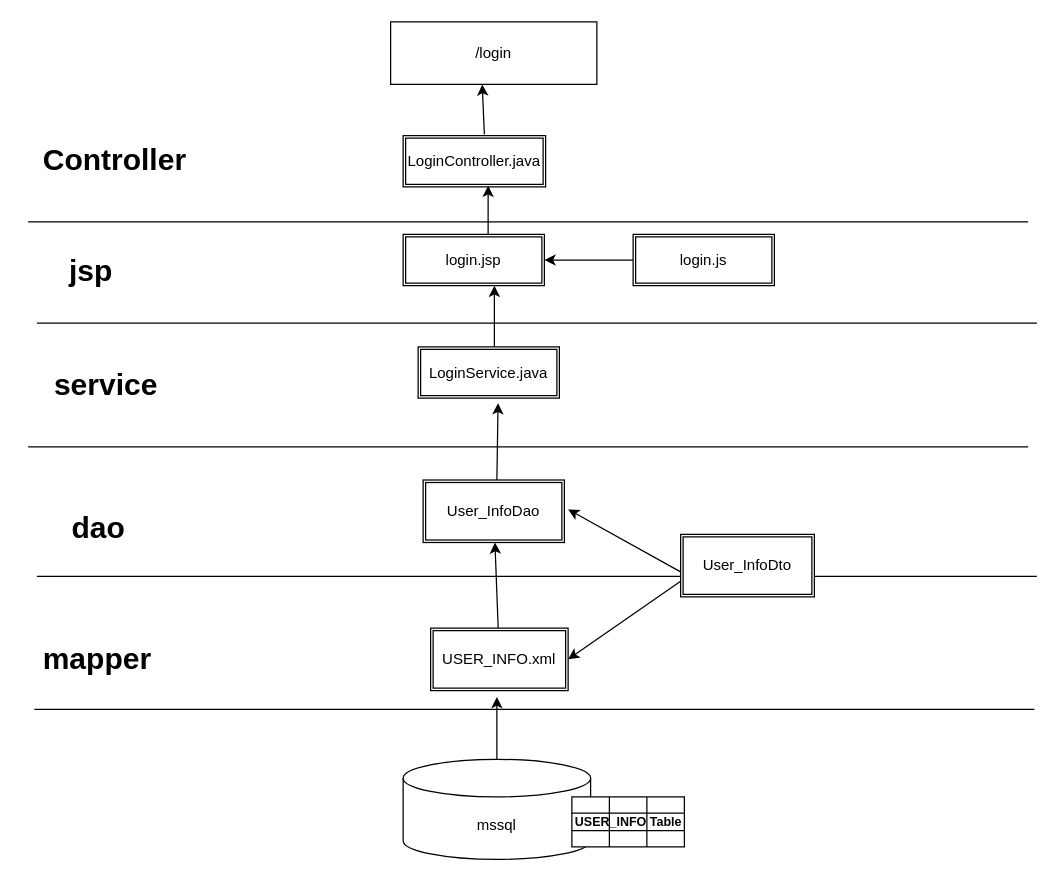
bluebc/osdwebapp keeps this draw.io diagram as DRAWIO/login.drawio. Above is the earlier version. Source tidied: cells renumbered, new cells numbered last; positions are measured from the earlier drawing's top-left corner, leaving out a move shared by most shapes. Both pictures are drawn from the tidied source at 125%, with x=0, y=0 at pixel (21, 21).
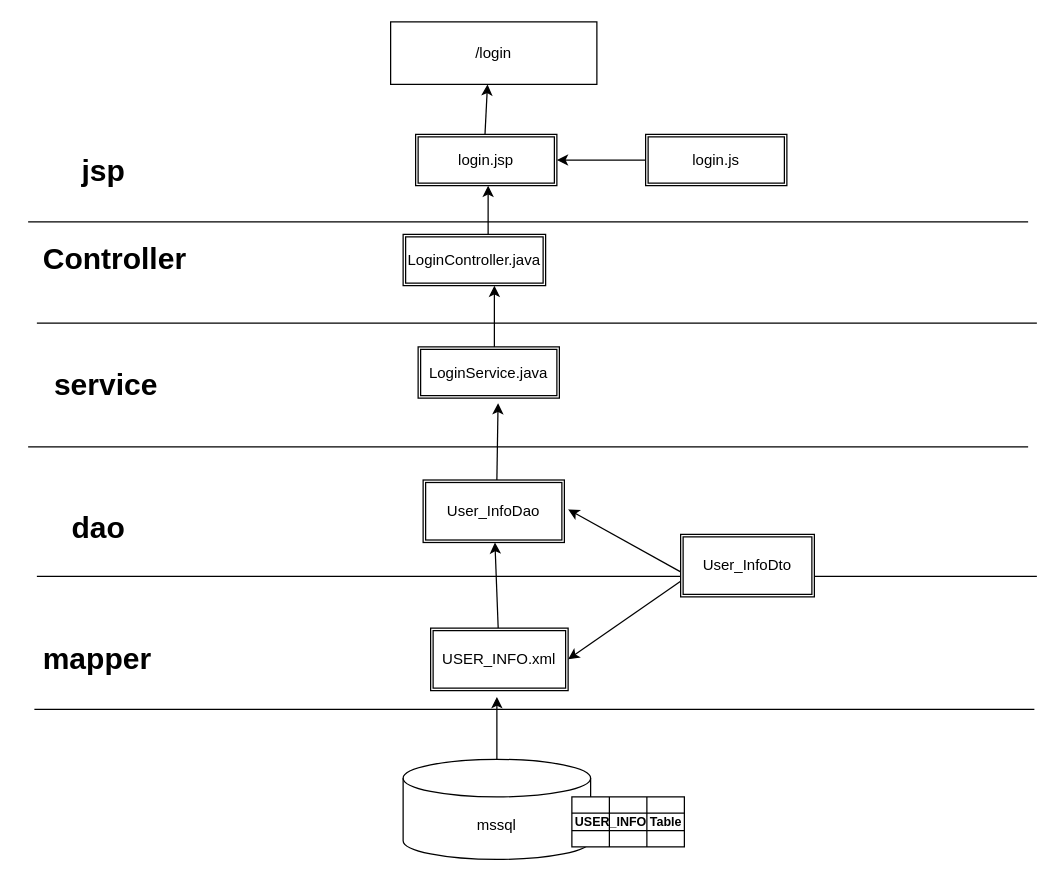
After the change.

The change refers to these unchanged cells:
```xml
<mxCell id="2" value="/login" style="rounded=0;whiteSpace=wrap;html=1;" parent="1" vertex="1">
  <mxGeometry x="295" width="165" height="50" as="geometry" />
</mxCell>
```

Diff of the diagram source:
```diff
@@
     <mxCell id="12" value="Controller" style="text;strokeColor=none;fillColor=none;html=1;fontSize=24;fontStyle=1;verticalAlign=middle;align=center;" parent="1" vertex="1">
-      <mxGeometry x="19" y="91" width="110" height="40" as="geometry" />
+      <mxGeometry x="19" y="170" width="110" height="40" as="geometry" />
     </mxCell>
@@
     <mxCell id="34" value="&lt;div&gt;LoginController.java&lt;/div&gt;" style="shape=ext;double=1;rounded=0;whiteSpace=wrap;html=1;" parent="1" vertex="1">
-      <mxGeometry x="305" y="91" width="114" height="41" as="geometry" />
+      <mxGeometry x="305" y="170" width="114" height="41" as="geometry" />
     </mxCell>
@@
     <mxCell id="36" value="jsp" style="text;strokeColor=none;fillColor=none;html=1;fontSize=24;fontStyle=1;verticalAlign=middle;align=center;" parent="1" vertex="1">
-      <mxGeometry y="180" width="110" height="40" as="geometry" />
+      <mxGeometry x="10" y="100" width="110" height="40" as="geometry" />
     </mxCell>
     <mxCell id="37" value="&lt;div&gt;login.jsp&lt;/div&gt;" style="shape=ext;double=1;rounded=0;whiteSpace=wrap;html=1;" parent="1" vertex="1">
-      <mxGeometry x="305" y="170" width="113" height="41" as="geometry" />
+      <mxGeometry x="315" y="90" width="113" height="41" as="geometry" />
     </mxCell>
@@
     <mxCell id="39" value="&lt;div&gt;login.js&lt;/div&gt;" style="shape=ext;double=1;rounded=0;whiteSpace=wrap;html=1;" parent="1" vertex="1">
-      <mxGeometry x="489" y="170" width="113" height="41" as="geometry" />
+      <mxGeometry x="499" y="90" width="113" height="41" as="geometry" />
     </mxCell>
@@
-    <mxCell id="43" style="endArrow=classic;html=1;fontFamily=Helvetica;fontSize=24;fontColor=default;fontStyle=1;entryX=0.444;entryY=1;entryDx=0;entryDy=0;entryPerimeter=0;" parent="1" edge="1" target="2">
+    <mxCell id="43" style="endArrow=classic;html=1;fontFamily=Helvetica;fontSize=24;fontColor=default;fontStyle=1;" parent="1" edge="1">
       <mxGeometry relative="1" as="geometry">
-        <mxPoint x="370" y="90" as="sourcePoint" />
+        <mxPoint x="370.5" y="90" as="sourcePoint" />
+        <mxPoint x="372.5" y="50" as="targetPoint" />
       </mxGeometry>
     </mxCell>
```
